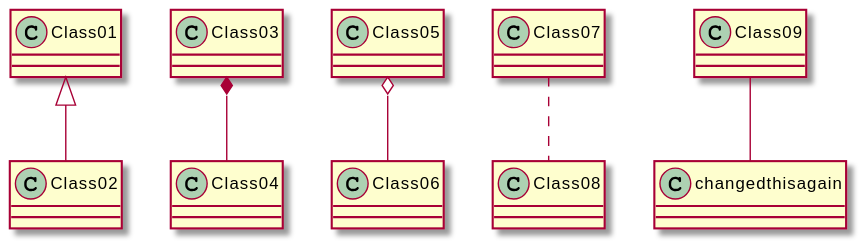
This is meilenstein_03/test.svg from weichware10/meilensteine, a PlantUML export, as it was before one commit.
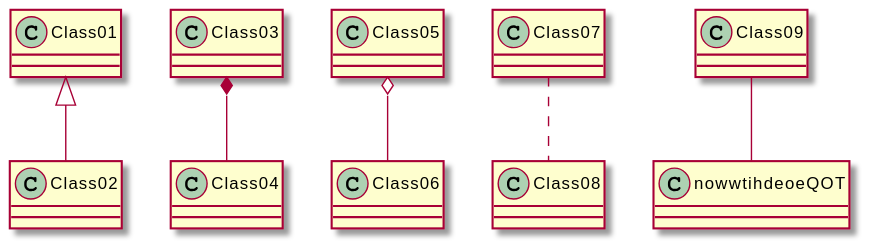
Later version of the same file.

Commit message:
Render PlantUML SVGs

Diff of the diagram source:
```diff
@@ -3,5 +3,5 @@
 Class03 *-- Class04
 Class05 o-- Class06
 Class07 .. Class08
-Class09 -- changedthisagain
+Class09 -- nowwtihdeoeQOT
 @enduml
```
